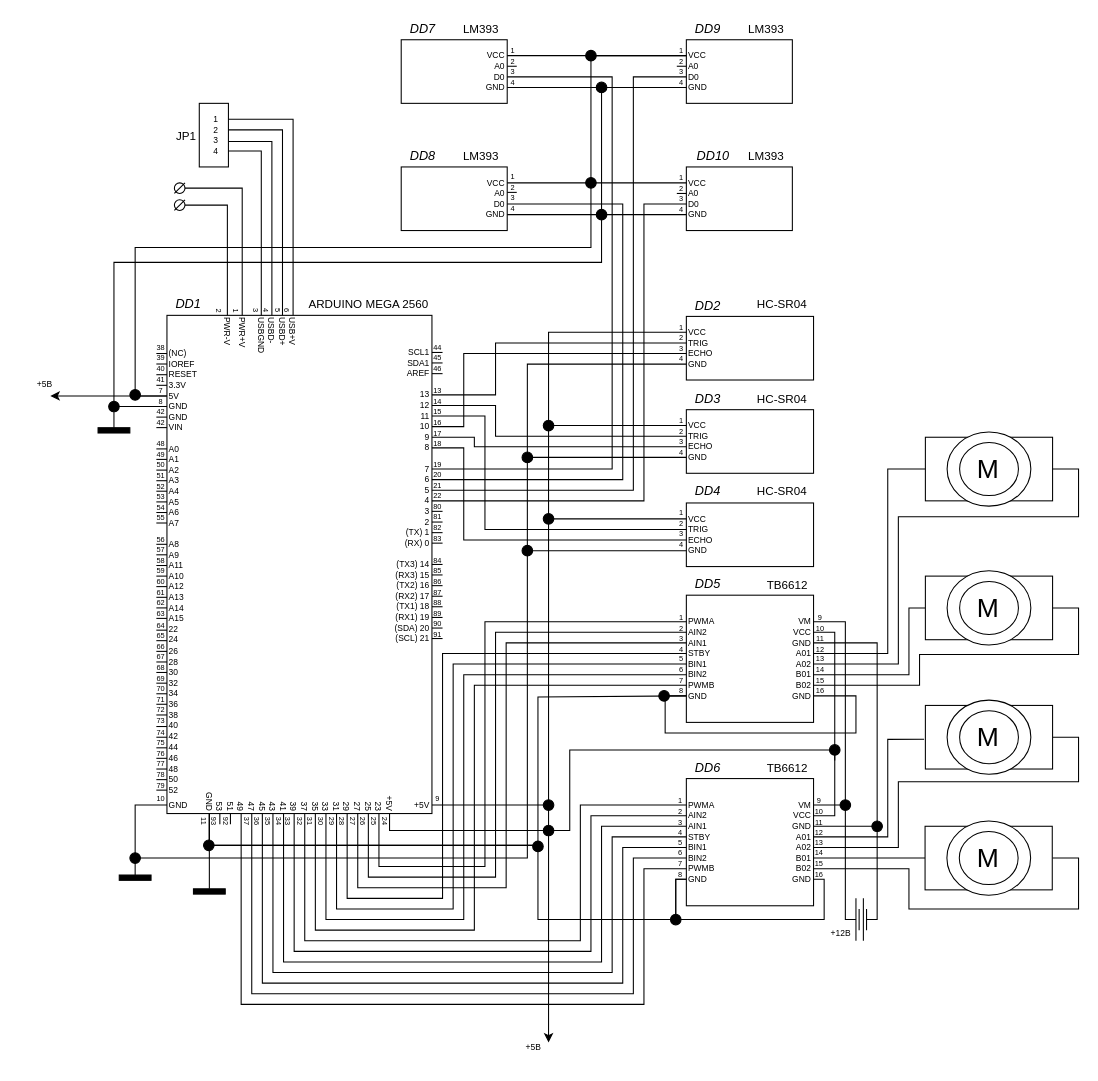
AlexRussellGit/VKR---Russell-Alexander keeps this draw.io diagram as Наработки/Принципиальная схема.drawio. Above is the earlier version. Source tidied: cells renumbered, new cells numbered last; positions are measured from the earlier drawing's top-left corner, leaving out a move shared by most shapes. Both pictures are drawn from the tidied source at 106%, with x=0, y=0 at pixel (18, 18).
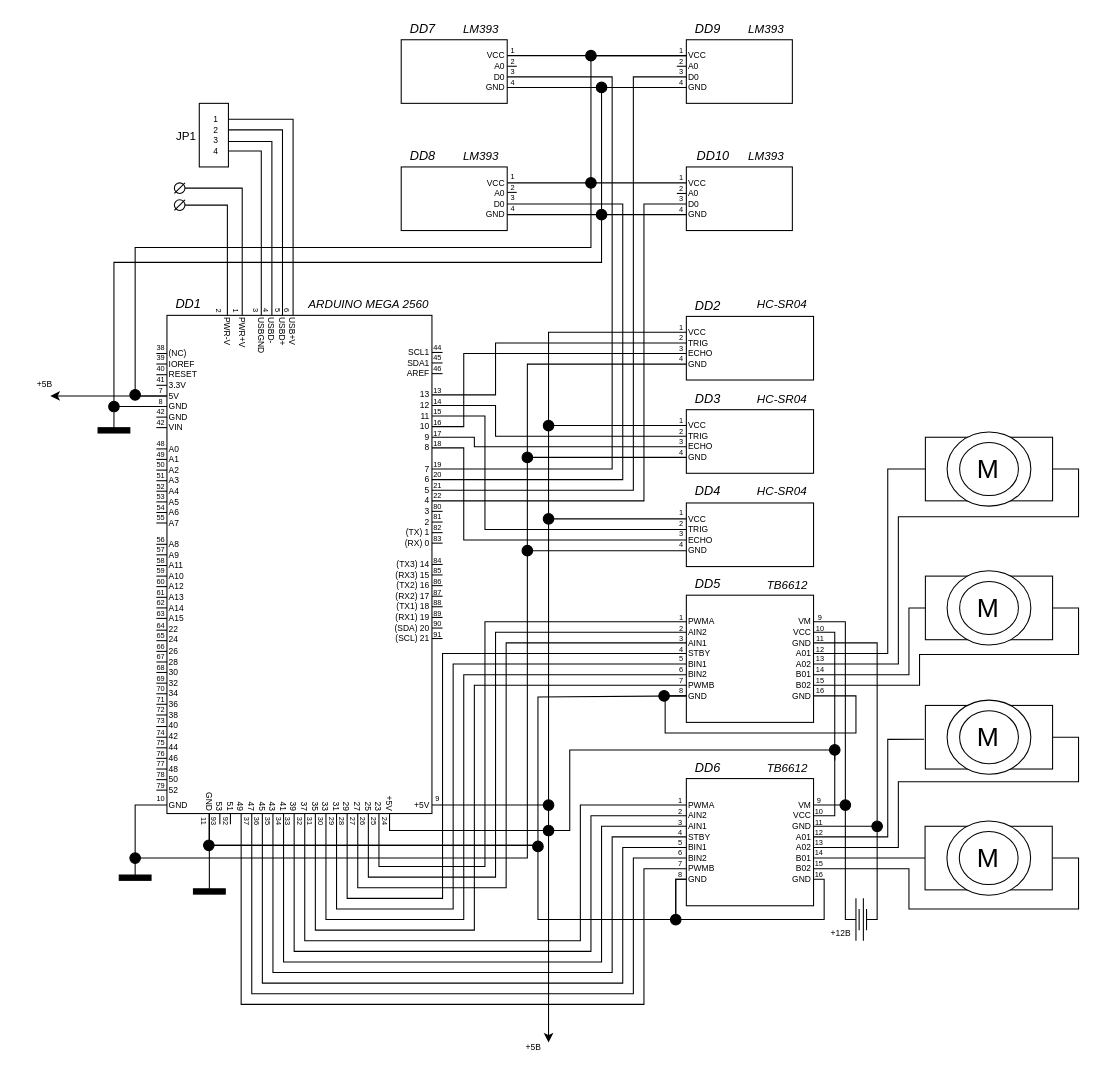
After the change.

What changed in the source:
```diff
@@
-    <mxCell id="4" value="ARDUINO MEGA 2560" style="text;html=1;strokeColor=none;fillColor=none;align=center;verticalAlign=middle;whiteSpace=wrap;rounded=0;fontSize=11;" parent="1" vertex="1">
+    <mxCell id="4" value="ARDUINO MEGA 2560" style="text;html=1;strokeColor=none;fillColor=none;align=center;verticalAlign=middle;whiteSpace=wrap;rounded=0;fontSize=11;fontStyle=2;" parent="1" vertex="1">
       <mxGeometry x="262.5" y="255" width="135" height="30" as="geometry" />
     </mxCell>
@@
-    <mxCell id="130" value="LM393" style="text;html=1;align=center;verticalAlign=middle;strokeColor=none;fillColor=none;fontSize=11;" parent="1" vertex="1">
+    <mxCell id="130" value="LM393" style="text;html=1;align=center;verticalAlign=middle;strokeColor=none;fillColor=none;fontSize=11;fontStyle=2;" parent="1" vertex="1">
       <mxGeometry x="411" width="50" height="20" as="geometry" />
     </mxCell>
-    <mxCell id="131" value="HC-SR04" style="text;html=1;align=center;verticalAlign=middle;strokeColor=none;fillColor=none;fontSize=11;" parent="1" vertex="1">
+    <mxCell id="131" value="HC-SR04" style="text;html=1;align=center;verticalAlign=middle;strokeColor=none;fillColor=none;fontSize=11;fontStyle=2;" parent="1" vertex="1">
       <mxGeometry x="690" y="349" width="60" height="20" as="geometry" />
     </mxCell>
-    <mxCell id="132" value="HC-SR04" style="text;html=1;align=center;verticalAlign=middle;strokeColor=none;fillColor=none;fontSize=11;" parent="1" vertex="1">
+    <mxCell id="132" value="HC-SR04" style="text;html=1;align=center;verticalAlign=middle;strokeColor=none;fillColor=none;fontSize=11;fontStyle=2;" parent="1" vertex="1">
       <mxGeometry x="690" y="436" width="60" height="20" as="geometry" />
     </mxCell>
@@
-    <mxCell id="179" value="TB6612" style="text;html=1;align=center;verticalAlign=middle;strokeColor=none;fillColor=none;fontSize=11;" parent="1" vertex="1">
+    <mxCell id="179" value="TB6612" style="text;html=1;align=center;verticalAlign=middle;strokeColor=none;fillColor=none;fontSize=11;fontStyle=2;" parent="1" vertex="1">
       <mxGeometry x="700" y="697" width="50" height="20" as="geometry" />
     </mxCell>
@@
-    <mxCell id="239" value="HC-SR04" style="text;html=1;align=center;verticalAlign=middle;strokeColor=none;fillColor=none;fontSize=11;" parent="1" vertex="1">
+    <mxCell id="239" value="HC-SR04" style="text;html=1;align=center;verticalAlign=middle;strokeColor=none;fillColor=none;fontSize=11;fontStyle=2;" parent="1" vertex="1">
       <mxGeometry x="690" y="260" width="60" height="20" as="geometry" />
     </mxCell>
-    <mxCell id="240" value="LM393" style="text;html=1;align=center;verticalAlign=middle;strokeColor=none;fillColor=none;fontSize=11;" parent="1" vertex="1">
+    <mxCell id="240" value="LM393" style="text;html=1;align=center;verticalAlign=middle;strokeColor=none;fillColor=none;fontSize=11;fontStyle=2;" parent="1" vertex="1">
       <mxGeometry x="411" y="120" width="50" height="20" as="geometry" />
     </mxCell>
-    <mxCell id="241" value="LM393" style="text;html=1;align=center;verticalAlign=middle;strokeColor=none;fillColor=none;fontSize=11;" parent="1" vertex="1">
+    <mxCell id="241" value="LM393" style="text;html=1;align=center;verticalAlign=middle;strokeColor=none;fillColor=none;fontSize=11;fontStyle=2;" parent="1" vertex="1">
       <mxGeometry x="680" width="50" height="20" as="geometry" />
     </mxCell>
-    <mxCell id="242" value="LM393" style="text;html=1;align=center;verticalAlign=middle;strokeColor=none;fillColor=none;fontSize=11;" parent="1" vertex="1">
+    <mxCell id="242" value="LM393" style="text;html=1;align=center;verticalAlign=middle;strokeColor=none;fillColor=none;fontSize=11;fontStyle=2;" parent="1" vertex="1">
       <mxGeometry x="680" y="120" width="50" height="20" as="geometry" />
     </mxCell>
@@
-    <mxCell id="339" value="TB6612" style="text;html=1;align=center;verticalAlign=middle;strokeColor=none;fillColor=none;fontSize=11;" parent="1" vertex="1">
+    <mxCell id="339" value="TB6612" style="text;html=1;align=center;verticalAlign=middle;strokeColor=none;fillColor=none;fontSize=11;fontStyle=2;" parent="1" vertex="1">
       <mxGeometry x="700" y="525" width="50" height="20" as="geometry" />
     </mxCell>
```
